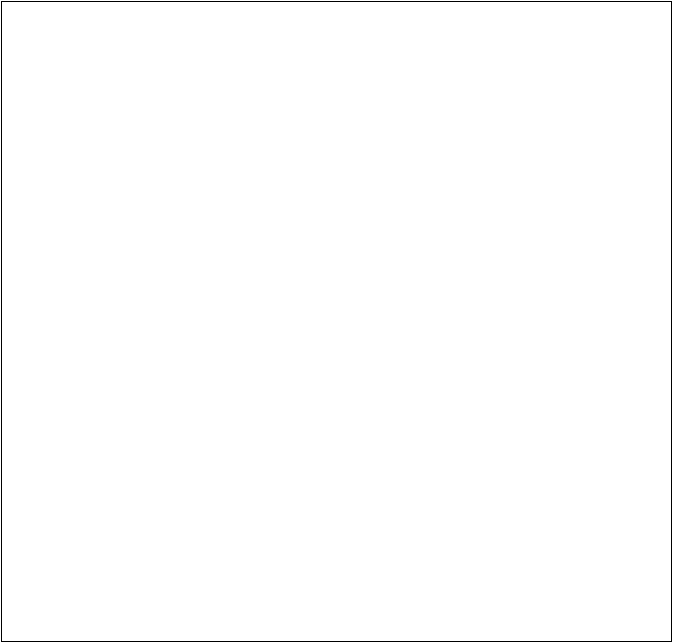
Earlier version of the draw.io export docs/wireframes/Spash_Page.png (aharrisonwatt/Session_Finder). Source tidied: cells renumbered, new cells last; positions are measured from the earlier drawing's top-left corner, leaving out a move shared by most shapes.
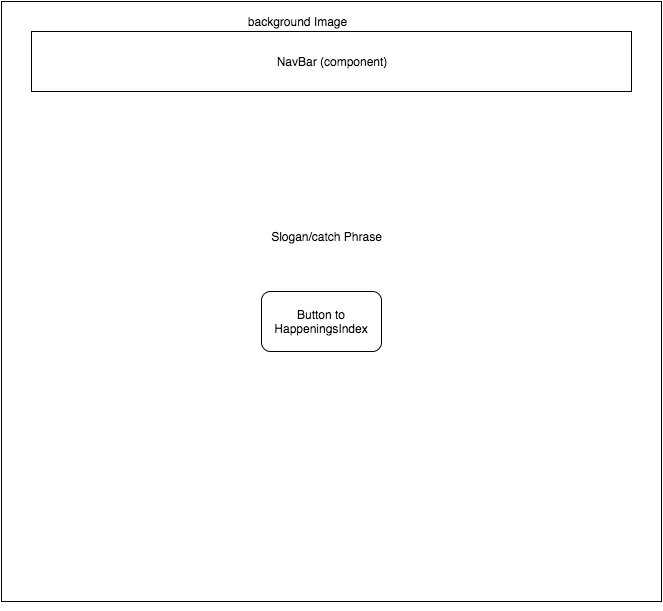
After the commit.

What changed in the source:
```diff
@@ -3,7 +3,22 @@
     <mxCell id="0" />
     <mxCell id="1" parent="0" />
     <mxCell id="2" style="whiteSpace=wrap;html=1;" parent="1" vertex="1">
-      <mxGeometry width="670" height="640" as="geometry" />
+      <mxGeometry width="660" height="600" as="geometry" />
     </mxCell>
+    <mxCell id="3" value="background Image" style="text;html=1;strokeColor=none;fillColor=none;align=center;verticalAlign=middle;whiteSpace=wrap;overflow=hidden;" parent="1" vertex="1">
+      <mxGeometry x="150" y="10" width="290" height="20" as="geometry" />
+    </mxCell>
+    <mxCell id="4" value="NavBar (component)" style="whiteSpace=wrap;html=1;" parent="1" vertex="1">
+      <mxGeometry x="30" y="30" width="600" height="60" as="geometry" />
+    </mxCell>
+    <mxCell id="5" value="Slogan/catch Phrase" style="text;html=1;strokeColor=none;fillColor=none;align=center;verticalAlign=middle;whiteSpace=wrap;overflow=hidden;" parent="1" vertex="1">
+      <mxGeometry x="240" y="210" width="170" height="50" as="geometry" />
+    </mxCell>
+    <mxCell id="6" value="Button to HappeningsIndex" style="rounded=1;whiteSpace=wrap;html=1;" parent="1" vertex="1">
+      <mxGeometry x="260" y="290" width="120" height="60" as="geometry" />
+    </mxCell>
+    <mxCell id="7" style="edgeStyle=orthogonalEdgeStyle;rounded=0;html=1;exitX=0.5;exitY=1;jettySize=auto;orthogonalLoop=1;" parent="1" edge="1" source="2" target="2">
+      <mxGeometry relative="1" as="geometry" />
+    </mxCell>
   </root>
 </mxGraphModel>
```
